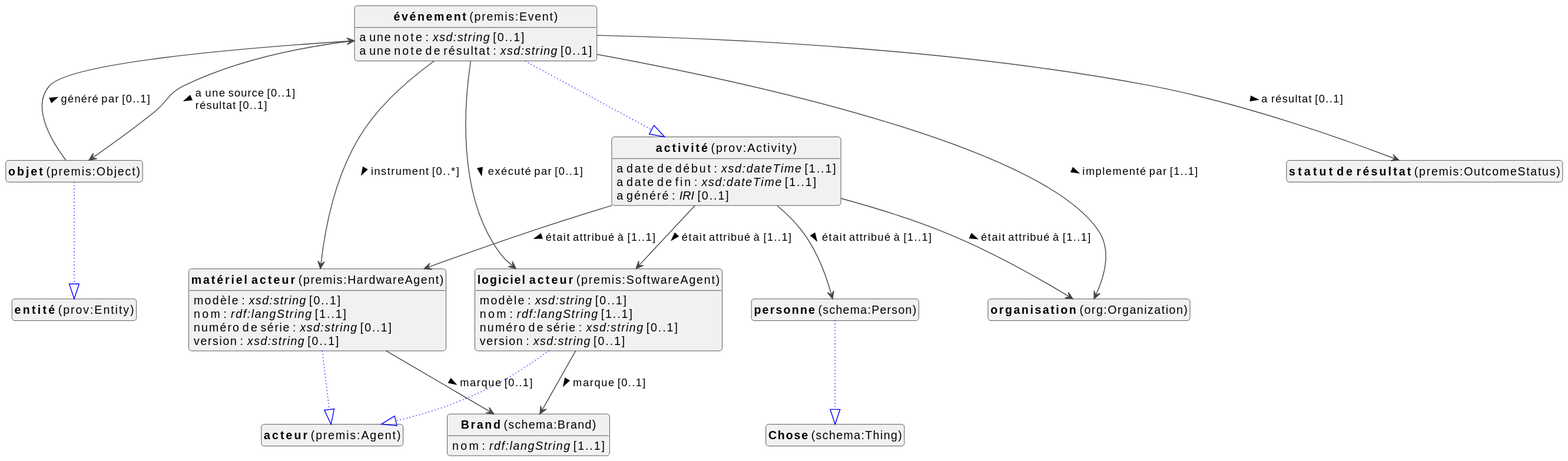
Earlier version of the PlantUML export docs/metadata/knowledge-graph/0.0.1/events/fr/events-diagram.svg (viaacode/documentation-jekyll).
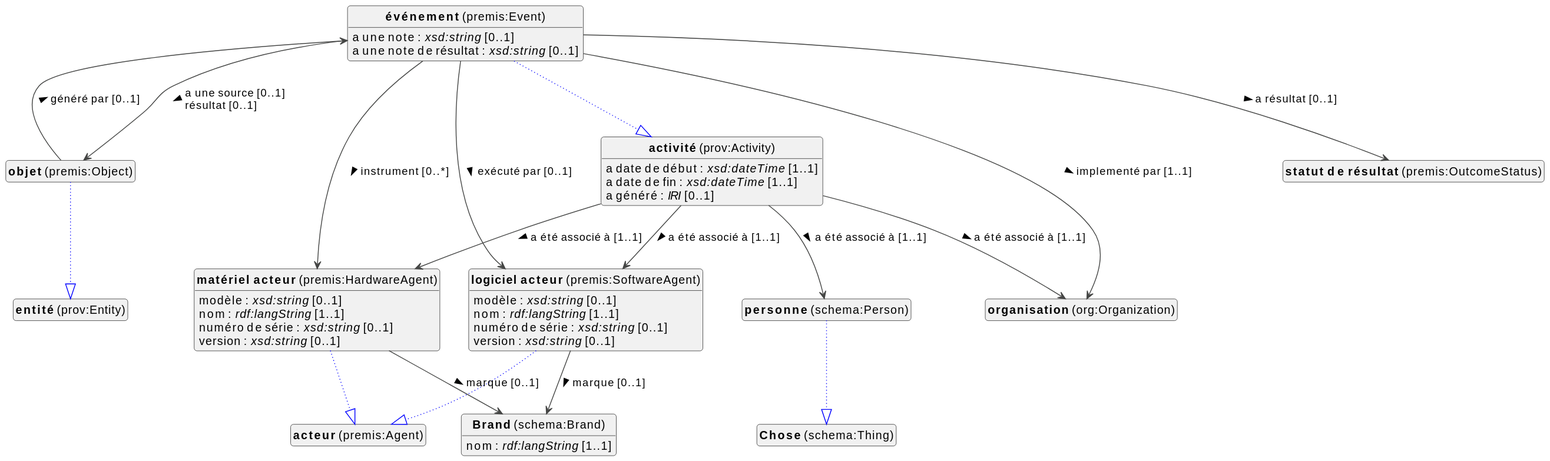
After the commit.

Change to the diagram source:
```diff
@@ -34,10 +34,10 @@
 prov_Activity : a date de fin : <i>xsd:dateTime</i> [1..1]
 prov_Activity : a généré : <i>IRI</i> [0..1]
 
-prov_Activity --> org_Organization :était attribué à [1..1]  >
-prov_Activity --> premis_HardwareAgent :était attribué à [1..1]  >
-prov_Activity --> premis_SoftwareAgent :était attribué à [1..1]  >
-prov_Activity --> schema_Person :était attribué à [1..1]  >
+prov_Activity --> org_Organization :a été associé à [1..1]  >
+prov_Activity --> premis_HardwareAgent :a été associé à [1..1]  >
+prov_Activity --> premis_SoftwareAgent :a été associé à [1..1]  >
+prov_Activity --> schema_Person :a été associé à [1..1]  >
 
 
 premis_SoftwareAgent --|> premis_Agent #blue;line.dotted;text:blue
```
